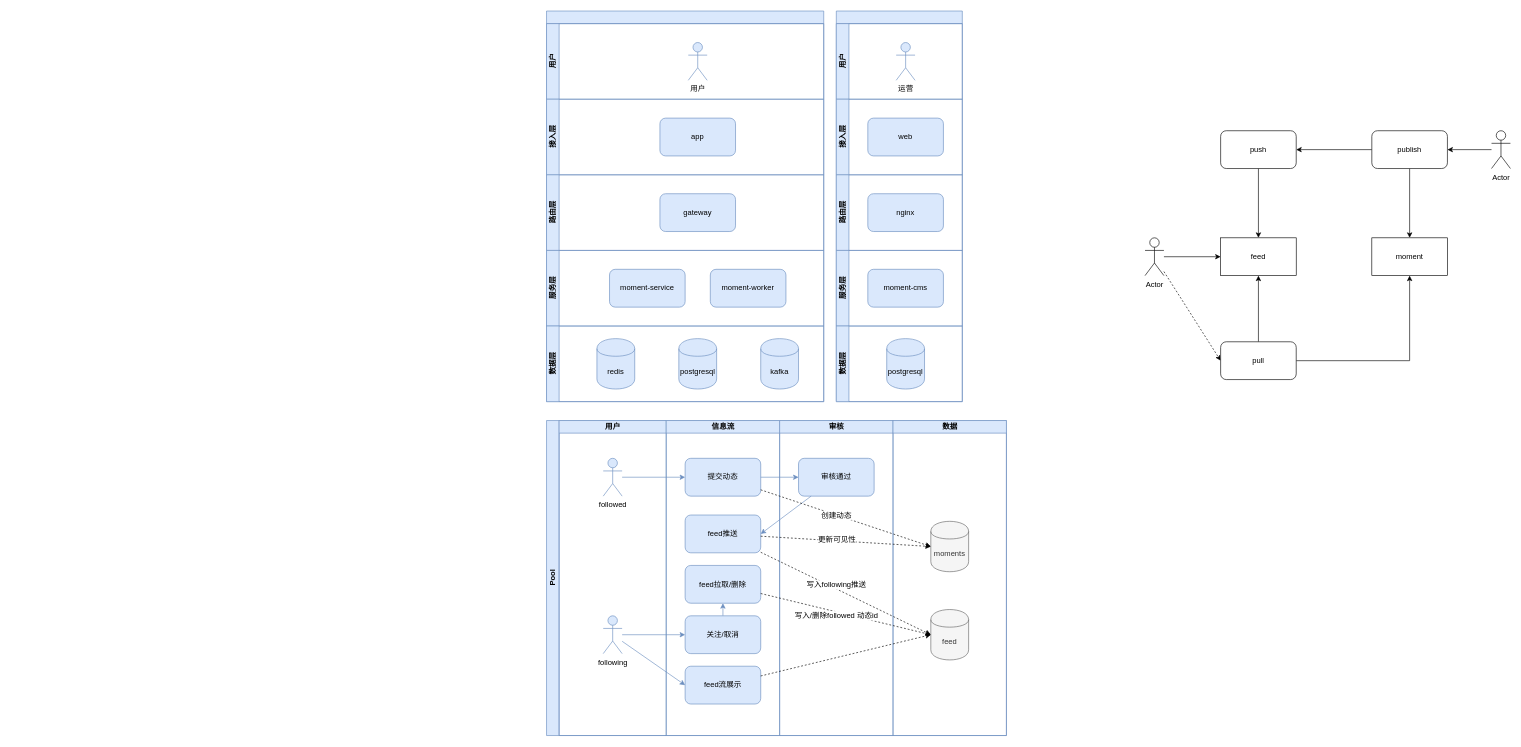
This is feed.drawio from effyroth/drawio2, a draw.io file, before an edit. Source tidied: cells renumbered, new cells numbered last; positions are measured from the earlier drawing's top-left corner, leaving out a move shared by most shapes. Both pictures are drawn from the tidied source at 63%, with x=0, y=0 at pixel (546, 11).
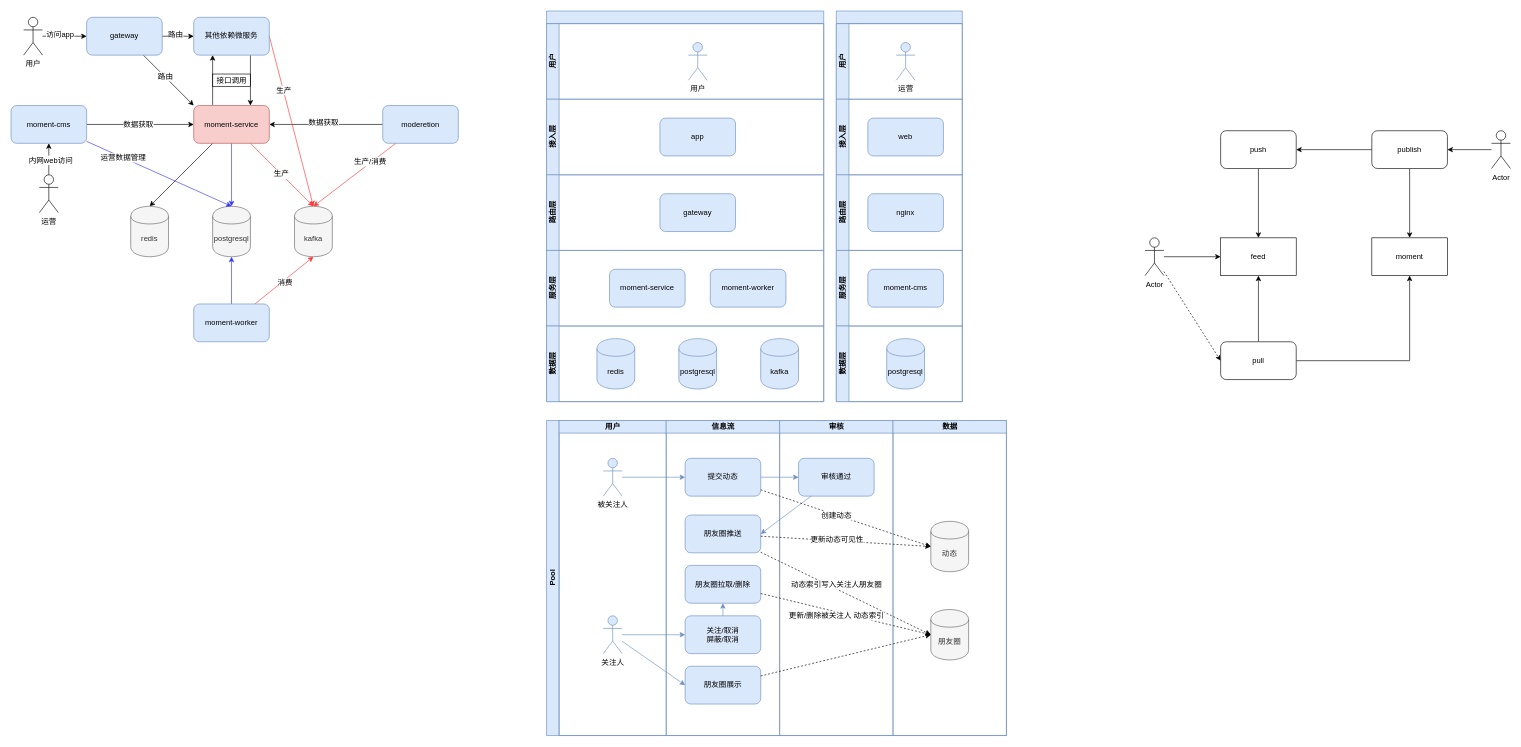
The same diagram, later.

Unchanged cells that the change refers to:
```xml
<mxCell id="32" value="用户" style="swimlane;html=1;startSize=20;fillColor=#dae8fc;strokeColor=#6c8ebf;" parent="31" vertex="1">
  <mxGeometry x="20" width="170" height="500" as="geometry" />
</mxCell>
<mxCell id="35" value="信息流" style="swimlane;html=1;startSize=20;fillColor=#dae8fc;strokeColor=#6c8ebf;" parent="31" vertex="1">
  <mxGeometry x="190" width="180" height="500" as="geometry" />
</mxCell>
<mxCell id="44" value="数据" style="swimlane;html=1;startSize=20;fillColor=#dae8fc;strokeColor=#6c8ebf;" parent="31" vertex="1">
  <mxGeometry x="550" width="180" height="500" as="geometry" />
</mxCell>
<mxCell id="54" style="edgeStyle=none;rounded=0;jettySize=auto;html=1;entryX=0;entryY=0.5;entryDx=0;entryDy=0;dashed=1;" parent="31" edge="1" source="37" target="45">
  <mxGeometry relative="1" as="geometry" />
</mxCell>
<mxCell id="56" style="edgeStyle=none;rounded=0;jettySize=auto;html=1;entryX=0;entryY=0.5;entryDx=0;entryDy=0;dashed=1;" parent="31" edge="1" source="41" target="45">
  <mxGeometry relative="1" as="geometry" />
</mxCell>
<mxCell id="59" style="edgeStyle=none;rounded=0;jettySize=auto;html=1;entryX=0;entryY=0.5;entryDx=0;entryDy=0;dashed=1;" parent="31" edge="1" source="37" target="46">
  <mxGeometry relative="1" as="geometry" />
</mxCell>
```

The edit, as a diff of the source:
```diff
@@
-    <mxCell id="33" value="followed" style="shape=umlActor;verticalLabelPosition=bottom;labelBackgroundColor=#ffffff;verticalAlign=top;html=1;outlineConnect=0;fillColor=#dae8fc;strokeColor=#6c8ebf;" parent="32" vertex="1">
+    <mxCell id="33" value="被关注人" style="shape=umlActor;verticalLabelPosition=bottom;labelBackgroundColor=#ffffff;verticalAlign=top;html=1;outlineConnect=0;fillColor=#dae8fc;strokeColor=#6c8ebf;" parent="32" vertex="1">
       <mxGeometry x="70" y="60" width="30" height="60" as="geometry" />
     </mxCell>
-    <mxCell id="34" value="following" style="shape=umlActor;verticalLabelPosition=bottom;labelBackgroundColor=#ffffff;verticalAlign=top;html=1;outlineConnect=0;fillColor=#dae8fc;strokeColor=#6c8ebf;" parent="32" vertex="1">
+    <mxCell id="34" value="关注人" style="shape=umlActor;verticalLabelPosition=bottom;labelBackgroundColor=#ffffff;verticalAlign=top;html=1;outlineConnect=0;fillColor=#dae8fc;strokeColor=#6c8ebf;" parent="32" vertex="1">
       <mxGeometry x="70" y="310" width="30" height="60" as="geometry" />
     </mxCell>
@@
-    <mxCell id="37" value="feed推送" style="rounded=1;whiteSpace=wrap;html=1;fillColor=#dae8fc;strokeColor=#6c8ebf;" parent="35" vertex="1">
+    <mxCell id="37" value="朋友圈推送" style="rounded=1;whiteSpace=wrap;html=1;fillColor=#dae8fc;strokeColor=#6c8ebf;" parent="35" vertex="1">
       <mxGeometry x="30" y="150" width="120" height="60" as="geometry" />
     </mxCell>
-    <mxCell id="38" value="feed流展示" style="rounded=1;whiteSpace=wrap;html=1;fillColor=#dae8fc;strokeColor=#6c8ebf;" parent="35" vertex="1">
+    <mxCell id="38" value="朋友圈展示" style="rounded=1;whiteSpace=wrap;html=1;fillColor=#dae8fc;strokeColor=#6c8ebf;" parent="35" vertex="1">
       <mxGeometry x="30" y="390" width="120" height="60" as="geometry" />
     </mxCell>
@@
-    <mxCell id="40" value="关注/取消" style="rounded=1;whiteSpace=wrap;html=1;fillColor=#dae8fc;strokeColor=#6c8ebf;" parent="35" vertex="1">
+    <mxCell id="40" value="关注/取消&lt;br&gt;屏蔽/取消" style="rounded=1;whiteSpace=wrap;html=1;fillColor=#dae8fc;strokeColor=#6c8ebf;" parent="35" vertex="1">
       <mxGeometry x="30" y="310" width="120" height="60" as="geometry" />
     </mxCell>
-    <mxCell id="41" value="feed拉取/删除" style="rounded=1;whiteSpace=wrap;html=1;fillColor=#dae8fc;strokeColor=#6c8ebf;" parent="35" vertex="1">
+    <mxCell id="41" value="朋友圈拉取/删除" style="rounded=1;whiteSpace=wrap;html=1;fillColor=#dae8fc;strokeColor=#6c8ebf;" parent="35" vertex="1">
       <mxGeometry x="30" y="230" width="120" height="60" as="geometry" />
     </mxCell>
@@
-    <mxCell id="45" value="feed" style="shape=cylinder;whiteSpace=wrap;html=1;boundedLbl=1;backgroundOutline=1;fillColor=#f5f5f5;strokeColor=#666666;fontColor=#333333;" parent="44" vertex="1">
+    <mxCell id="45" value="朋友圈" style="shape=cylinder;whiteSpace=wrap;html=1;boundedLbl=1;backgroundOutline=1;fillColor=#f5f5f5;strokeColor=#666666;fontColor=#333333;" parent="44" vertex="1">
       <mxGeometry x="60" y="300" width="60" height="80" as="geometry" />
     </mxCell>
-    <mxCell id="46" value="moments" style="shape=cylinder;whiteSpace=wrap;html=1;boundedLbl=1;backgroundOutline=1;fillColor=#f5f5f5;strokeColor=#666666;fontColor=#333333;" parent="44" vertex="1">
+    <mxCell id="46" value="动态" style="shape=cylinder;whiteSpace=wrap;html=1;boundedLbl=1;backgroundOutline=1;fillColor=#f5f5f5;strokeColor=#666666;fontColor=#333333;" parent="44" vertex="1">
       <mxGeometry x="60" y="160" width="60" height="80" as="geometry" />
     </mxCell>
@@
-    <mxCell id="55" value="写入following推送" style="text;html=1;align=center;verticalAlign=middle;labelBackgroundColor=#ffffff;" parent="54" vertex="1">
+    <mxCell id="55" value="动态索引写入关注人朋友圈" style="text;html=1;align=center;verticalAlign=middle;labelBackgroundColor=#ffffff;" parent="54" vertex="1">
       <mxGeometry x="-0.2" y="3" relative="1" as="geometry">
         <mxPoint x="10.7" y="1.3" as="offset" />
       </mxGeometry>
     </mxCell>
@@
-    <mxCell id="57" value="写入/删除followed 动态id" style="text;html=1;align=center;verticalAlign=middle;labelBackgroundColor=#ffffff;" parent="56" vertex="1">
+    <mxCell id="57" value="更新/删除被关注人 动态索引" style="text;html=1;align=center;verticalAlign=middle;labelBackgroundColor=#ffffff;" parent="56" vertex="1">
       <mxGeometry x="-0.27" relative="1" as="geometry">
         <mxPoint x="20.9" y="11.4" as="offset" />
       </mxGeometry>
     </mxCell>
@@
-    <mxCell id="60" value="更新可见性" style="text;html=1;align=center;verticalAlign=middle;labelBackgroundColor=#ffffff;" parent="59" vertex="1">
+    <mxCell id="60" value="更新动态可见性" style="text;html=1;align=center;verticalAlign=middle;labelBackgroundColor=#ffffff;" parent="59" vertex="1">
       <mxGeometry x="-0.15" y="2" relative="1" as="geometry">
         <mxPoint x="5.1" y="1.4" as="offset" />
       </mxGeometry>
     </mxCell>
@@
+    <mxCell id="72" style="edgeStyle=none;rounded=0;jettySize=auto;html=1;entryX=0.5;entryY=0;entryDx=0;entryDy=0;" parent="1" edge="1" source="77" target="82">
+      <mxGeometry relative="1" as="geometry" />
+    </mxCell>
+    <mxCell id="73" style="edgeStyle=none;rounded=0;jettySize=auto;html=1;entryX=0.5;entryY=0;entryDx=0;entryDy=0;strokeColor=#3333FF;" parent="1" edge="1" source="77" target="83">
+      <mxGeometry relative="1" as="geometry" />
+    </mxCell>
+    <mxCell id="74" style="edgeStyle=none;rounded=0;jettySize=auto;html=1;entryX=0.5;entryY=0;entryDx=0;entryDy=0;strokeColor=#FF3333;" parent="1" edge="1" source="77" target="84">
+      <mxGeometry relative="1" as="geometry" />
+    </mxCell>
+    <mxCell id="75" value="生产" style="text;html=1;align=center;verticalAlign=middle;labelBackgroundColor=#ffffff;" parent="74" vertex="1">
+      <mxGeometry x="-0.02" relative="1" as="geometry" />
+    </mxCell>
+    <mxCell id="76" style="edgeStyle=none;rounded=0;jettySize=auto;html=1;entryX=0.25;entryY=1;entryDx=0;entryDy=0;strokeColor=#000000;" parent="1" edge="1" target="98">
+      <mxGeometry relative="1" as="geometry">
+        <mxPoint x="-530" y="149" as="sourcePoint" />
+      </mxGeometry>
+    </mxCell>
+    <mxCell id="77" value="moment-service" style="rounded=1;whiteSpace=wrap;html=1;fillColor=#f8cecc;strokeColor=#b85450;" parent="1" vertex="1">
+      <mxGeometry x="-560" y="150" width="120" height="60" as="geometry" />
+    </mxCell>
+    <mxCell id="78" style="edgeStyle=none;rounded=0;jettySize=auto;html=1;entryX=0.5;entryY=1;entryDx=0;entryDy=0;strokeColor=#3333FF;" parent="1" edge="1" source="81" target="83">
+      <mxGeometry relative="1" as="geometry" />
+    </mxCell>
+    <mxCell id="79" style="edgeStyle=none;rounded=0;jettySize=auto;html=1;entryX=0.5;entryY=1;entryDx=0;entryDy=0;strokeColor=#FF3333;" parent="1" edge="1" source="81" target="84">
+      <mxGeometry relative="1" as="geometry" />
+    </mxCell>
+    <mxCell id="80" value="消费" style="text;html=1;align=center;verticalAlign=middle;labelBackgroundColor=#ffffff;" parent="79" vertex="1">
+      <mxGeometry x="-0.02" y="-3" relative="1" as="geometry" />
+    </mxCell>
+    <mxCell id="81" value="moment-worker" style="rounded=1;whiteSpace=wrap;html=1;fillColor=#dae8fc;strokeColor=#6c8ebf;" parent="1" vertex="1">
+      <mxGeometry x="-560" y="465" width="120" height="60" as="geometry" />
+    </mxCell>
+    <mxCell id="82" value="redis" style="shape=cylinder;whiteSpace=wrap;html=1;boundedLbl=1;backgroundOutline=1;fillColor=#f5f5f5;strokeColor=#666666;fontColor=#333333;" parent="1" vertex="1">
+      <mxGeometry x="-660" y="310" width="60" height="80" as="geometry" />
+    </mxCell>
+    <mxCell id="83" value="postgresql" style="shape=cylinder;whiteSpace=wrap;html=1;boundedLbl=1;backgroundOutline=1;fillColor=#f5f5f5;strokeColor=#666666;fontColor=#333333;" parent="1" vertex="1">
+      <mxGeometry x="-530" y="310" width="60" height="80" as="geometry" />
+    </mxCell>
+    <mxCell id="84" value="kafka" style="shape=cylinder;whiteSpace=wrap;html=1;boundedLbl=1;backgroundOutline=1;fillColor=#f5f5f5;strokeColor=#666666;fontColor=#333333;" parent="1" vertex="1">
+      <mxGeometry x="-400" y="310" width="60" height="80" as="geometry" />
+    </mxCell>
+    <mxCell id="85" style="edgeStyle=none;rounded=0;jettySize=auto;html=1;entryX=0.5;entryY=0;entryDx=0;entryDy=0;strokeColor=#3333FF;" parent="1" edge="1" source="89" target="83">
+      <mxGeometry relative="1" as="geometry" />
+    </mxCell>
+    <mxCell id="86" value="运营数据管理" style="text;html=1;align=center;verticalAlign=middle;labelBackgroundColor=#ffffff;" parent="85" vertex="1">
+      <mxGeometry x="-0.5" y="1" relative="1" as="geometry">
+        <mxPoint y="1" as="offset" />
+      </mxGeometry>
+    </mxCell>
+    <mxCell id="87" style="edgeStyle=none;rounded=0;jettySize=auto;html=1;entryX=0;entryY=0.5;entryDx=0;entryDy=0;" parent="1" edge="1" source="89" target="77">
+      <mxGeometry relative="1" as="geometry">
+        <Array as="points">
+          <mxPoint x="-640" y="180" />
+        </Array>
+      </mxGeometry>
+    </mxCell>
+    <mxCell id="88" value="数据获取" style="text;html=1;align=center;verticalAlign=middle;labelBackgroundColor=#ffffff;" parent="87" vertex="1">
+      <mxGeometry x="0.02" y="-1" relative="1" as="geometry">
+        <mxPoint x="-6" y="-1" as="offset" />
+      </mxGeometry>
+    </mxCell>
+    <mxCell id="89" value="moment-cms" style="rounded=1;whiteSpace=wrap;html=1;fillColor=#dae8fc;strokeColor=#6c8ebf;" parent="1" vertex="1">
+      <mxGeometry x="-850" y="150" width="120" height="60" as="geometry" />
+    </mxCell>
+    <mxCell id="90" style="rounded=0;jettySize=auto;html=1;entryX=1;entryY=0.5;entryDx=0;entryDy=0;" parent="1" edge="1" source="94" target="77">
+      <mxGeometry relative="1" as="geometry" />
+    </mxCell>
+    <mxCell id="91" value="数据获取" style="text;html=1;align=center;verticalAlign=middle;labelBackgroundColor=#ffffff;" parent="90" vertex="1">
+      <mxGeometry x="0.06" y="-3" relative="1" as="geometry" />
+    </mxCell>
+    <mxCell id="92" style="edgeStyle=none;rounded=0;jettySize=auto;html=1;entryX=0.5;entryY=0;entryDx=0;entryDy=0;strokeColor=#FF3333;" parent="1" edge="1" source="94" target="84">
+      <mxGeometry relative="1" as="geometry" />
+    </mxCell>
+    <mxCell id="93" value="生产/消费" style="text;html=1;align=center;verticalAlign=middle;labelBackgroundColor=#ffffff;" parent="92" vertex="1">
+      <mxGeometry x="-0.39" y="-2" relative="1" as="geometry" />
+    </mxCell>
+    <mxCell id="94" value="moderetion" style="rounded=1;whiteSpace=wrap;html=1;fillColor=#dae8fc;strokeColor=#6c8ebf;" parent="1" vertex="1">
+      <mxGeometry x="-260" y="150" width="120" height="60" as="geometry" />
+    </mxCell>
+    <mxCell id="95" style="edgeStyle=none;rounded=0;jettySize=auto;html=1;entryX=0.75;entryY=0;entryDx=0;entryDy=0;strokeColor=#000000;exitX=0.75;exitY=1;exitDx=0;exitDy=0;" parent="1" edge="1" source="98" target="77">
+      <mxGeometry relative="1" as="geometry" />
+    </mxCell>
+    <mxCell id="96" style="edgeStyle=none;rounded=0;jettySize=auto;html=1;strokeColor=#FF3333;exitX=1;exitY=0.5;exitDx=0;exitDy=0;" parent="1" edge="1" source="98">
+      <mxGeometry relative="1" as="geometry">
+        <mxPoint x="-370" y="310" as="targetPoint" />
+      </mxGeometry>
+    </mxCell>
+    <mxCell id="97" value="生产" style="text;html=1;align=center;verticalAlign=middle;labelBackgroundColor=#ffffff;" parent="96" vertex="1">
+      <mxGeometry x="-0.37" relative="1" as="geometry" />
+    </mxCell>
+    <mxCell id="98" value="其他依赖微服务" style="rounded=1;whiteSpace=wrap;html=1;fillColor=#dae8fc;strokeColor=#6c8ebf;" parent="1" vertex="1">
+      <mxGeometry x="-560" y="10" width="120" height="60" as="geometry" />
+    </mxCell>
+    <mxCell id="99" value="接口调用" style="text;html=1;align=center;verticalAlign=middle;strokeColor=#000000;" parent="1" vertex="1">
+      <mxGeometry x="-530" y="100" width="60" height="20" as="geometry" />
+    </mxCell>
+    <mxCell id="100" style="edgeStyle=none;rounded=0;jettySize=auto;html=1;entryX=0;entryY=0;entryDx=0;entryDy=0;strokeColor=#000000;" parent="1" edge="1" source="104" target="77">
+      <mxGeometry relative="1" as="geometry" />
+    </mxCell>
+    <mxCell id="101" value="路由" style="text;html=1;align=center;verticalAlign=middle;labelBackgroundColor=#ffffff;" parent="100" vertex="1">
+      <mxGeometry x="-0.15" y="1" relative="1" as="geometry" />
+    </mxCell>
+    <mxCell id="102" style="edgeStyle=none;rounded=0;jettySize=auto;html=1;entryX=0;entryY=0.5;entryDx=0;entryDy=0;strokeColor=#000000;" parent="1" edge="1" source="104" target="98">
+      <mxGeometry relative="1" as="geometry" />
+    </mxCell>
+    <mxCell id="103" value="路由" style="text;html=1;align=center;verticalAlign=middle;labelBackgroundColor=#ffffff;" parent="102" vertex="1">
+      <mxGeometry x="-0.2" y="4" relative="1" as="geometry" />
+    </mxCell>
+    <mxCell id="104" value="gateway" style="rounded=1;whiteSpace=wrap;html=1;fillColor=#dae8fc;strokeColor=#6c8ebf;" parent="1" vertex="1">
+      <mxGeometry x="-730" y="10" width="120" height="60" as="geometry" />
+    </mxCell>
+    <mxCell id="105" style="edgeStyle=none;rounded=0;jettySize=auto;html=1;entryX=0;entryY=0.5;entryDx=0;entryDy=0;strokeColor=#000000;" parent="1" edge="1" source="107" target="104">
+      <mxGeometry relative="1" as="geometry" />
+    </mxCell>
+    <mxCell id="106" value="访问app" style="text;html=1;align=center;verticalAlign=middle;labelBackgroundColor=#ffffff;" parent="105" vertex="1">
+      <mxGeometry x="-0.23" y="3" relative="1" as="geometry" />
+    </mxCell>
+    <mxCell id="107" value="用户" style="shape=umlActor;verticalLabelPosition=bottom;labelBackgroundColor=#ffffff;verticalAlign=top;html=1;outlineConnect=0;strokeColor=#000000;" parent="1" vertex="1">
+      <mxGeometry x="-830" y="10" width="30" height="60" as="geometry" />
+    </mxCell>
+    <mxCell id="108" style="edgeStyle=none;rounded=0;jettySize=auto;html=1;entryX=0.5;entryY=1;entryDx=0;entryDy=0;strokeColor=#000000;" parent="1" edge="1" source="110" target="89">
+      <mxGeometry relative="1" as="geometry" />
+    </mxCell>
+    <mxCell id="109" value="内网web访问" style="text;html=1;align=center;verticalAlign=middle;labelBackgroundColor=#ffffff;" parent="108" vertex="1">
+      <mxGeometry x="-0.04" y="-2" relative="1" as="geometry" />
+    </mxCell>
+    <mxCell id="110" value="运营" style="shape=umlActor;verticalLabelPosition=bottom;labelBackgroundColor=#ffffff;verticalAlign=top;html=1;outlineConnect=0;strokeColor=#000000;" parent="1" vertex="1">
+      <mxGeometry x="-805" y="260" width="30" height="60" as="geometry" />
+    </mxCell>
```
